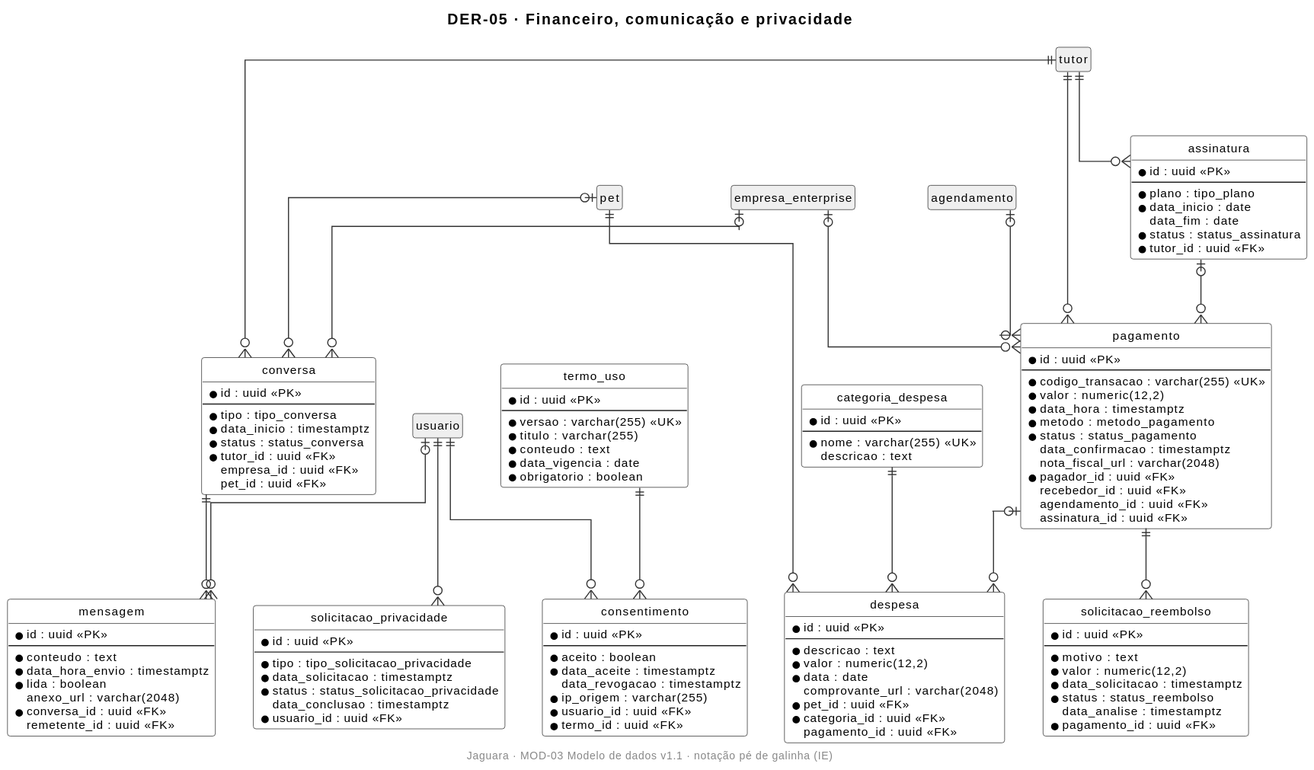
This is docs/04-modelagem/modelo-de-dados/img/DER-05-financeiro-comunicacao-privacidade.svg from JaguaraPet/Jaguara_doc, a PlantUML export, as it was before one commit. Source of this version:
```plantuml
@startuml
!include _estilo.iuml
title DER-05 · Financeiro, comunicação e privacidade

entity "usuario" as Usuario #EFEFEF
entity "tutor" as Tutor #EFEFEF
entity "pet" as Pet #EFEFEF
entity "empresa_enterprise" as EmpresaEnterprise #EFEFEF
entity "agendamento" as Agendamento #EFEFEF
entity "categoria_despesa" as CategoriaDespesa {
  * id : uuid <<PK>>
  --
  * nome : varchar(255) <<UK>>
    descricao : text
}
entity "despesa" as Despesa {
  * id : uuid <<PK>>
  --
  * descricao : text
  * valor : numeric(12,2)
  * data : date
    comprovante_url : varchar(2048)
  * pet_id : uuid <<FK>>
  * categoria_id : uuid <<FK>>
    pagamento_id : uuid <<FK>>
}
entity "pagamento" as Pagamento {
  * id : uuid <<PK>>
  --
  * codigo_transacao : varchar(255) <<UK>>
  * valor : numeric(12,2)
  * data_hora : timestamptz
  * metodo : metodo_pagamento
  * status : status_pagamento
    data_confirmacao : timestamptz
    nota_fiscal_url : varchar(2048)
  * pagador_id : uuid <<FK>>
    recebedor_id : uuid <<FK>>
    agendamento_id : uuid <<FK>>
    assinatura_id : uuid <<FK>>
}
entity "solicitacao_reembolso" as SolicitacaoReembolso {
  * id : uuid <<PK>>
  --
  * motivo : text
  * valor : numeric(12,2)
  * data_solicitacao : timestamptz
  * status : status_reembolso
    data_analise : timestamptz
  * pagamento_id : uuid <<FK>>
}
entity "assinatura" as Assinatura {
  * id : uuid <<PK>>
  --
  * plano : tipo_plano
  * data_inicio : date
    data_fim : date
  * status : status_assinatura
  * tutor_id : uuid <<FK>>
}
entity "conversa" as Conversa {
  * id : uuid <<PK>>
  --
  * tipo : tipo_conversa
  * data_inicio : timestamptz
  * status : status_conversa
  * tutor_id : uuid <<FK>>
    empresa_id : uuid <<FK>>
    pet_id : uuid <<FK>>
}
entity "mensagem" as Mensagem {
  * id : uuid <<PK>>
  --
  * conteudo : text
  * data_hora_envio : timestamptz
  * lida : boolean
    anexo_url : varchar(2048)
  * conversa_id : uuid <<FK>>
    remetente_id : uuid <<FK>>
}
entity "termo_uso" as TermoUso {
  * id : uuid <<PK>>
  --
  * versao : varchar(255) <<UK>>
  * titulo : varchar(255)
  * conteudo : text
  * data_vigencia : date
  * obrigatorio : boolean
}
entity "consentimento" as Consentimento {
  * id : uuid <<PK>>
  --
  * aceito : boolean
  * data_aceite : timestamptz
    data_revogacao : timestamptz
  * ip_origem : varchar(255)
  * usuario_id : uuid <<FK>>
  * termo_id : uuid <<FK>>
}
entity "solicitacao_privacidade" as SolicitacaoPrivacidade {
  * id : uuid <<PK>>
  --
  * tipo : tipo_solicitacao_privacidade
  * data_solicitacao : timestamptz
  * status : status_solicitacao_privacidade
    data_conclusao : timestamptz
  * usuario_id : uuid <<FK>>
}
Pet ||--o{ Despesa
CategoriaDespesa ||--o{ Despesa
Pagamento |o--o{ Despesa
Tutor ||--o{ Pagamento
EmpresaEnterprise |o--o{ Pagamento
Agendamento |o--o{ Pagamento
Assinatura |o--o{ Pagamento
Pagamento ||--o{ SolicitacaoReembolso
Tutor ||--o{ Assinatura
Tutor ||--o{ Conversa
EmpresaEnterprise |o--o{ Conversa
Pet |o--o{ Conversa
Conversa ||--o{ Mensagem
Usuario |o--o{ Mensagem
Usuario ||--o{ Consentimento
TermoUso ||--o{ Consentimento
Usuario ||--o{ SolicitacaoPrivacidade
@enduml
```
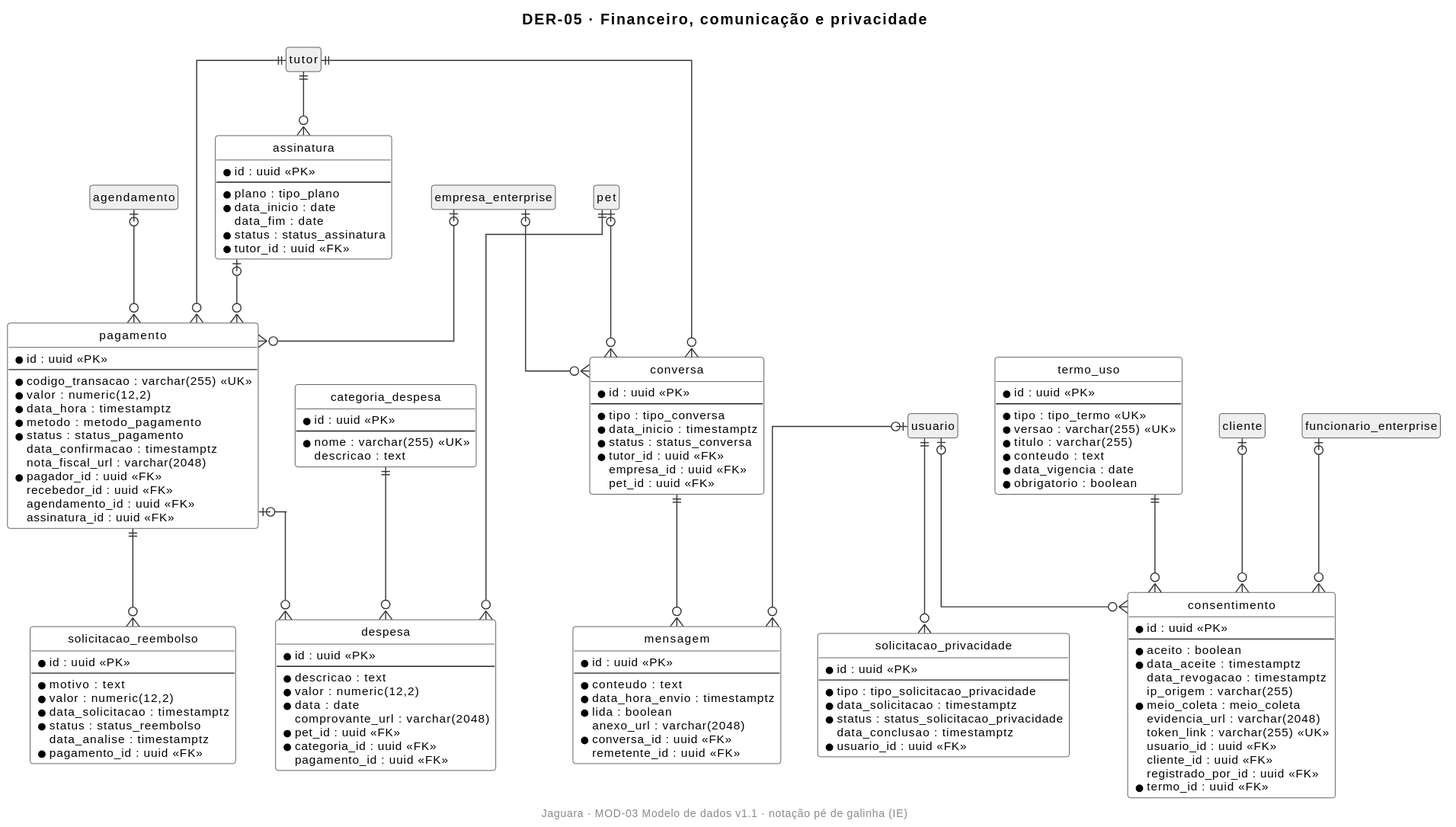
The same file after the commit.

The edit, as a diff of the source:
```diff
@@ -1,5 +1,18 @@
 @startuml
-!include _estilo.iuml
+skinparam defaultFontName Arial
+skinparam defaultFontSize 11
+skinparam shadowing false
+skinparam backgroundColor white
+skinparam linetype ortho
+skinparam class {
+  BackgroundColor white
+  BorderColor #222222
+  ArrowColor #333333
+}
+hide circle
+hide empty members
+footer Jaguara · MOD-03 Modelo de dados v1.1 · notação pé de galinha (IE)
+
 title DER-05 · Financeiro, comunicação e privacidade
 
 entity "usuario" as Usuario #EFEFEF
@@ -7,6 +20,8 @@
 entity "pet" as Pet #EFEFEF
 entity "empresa_enterprise" as EmpresaEnterprise #EFEFEF
 entity "agendamento" as Agendamento #EFEFEF
+entity "cliente" as Cliente #EFEFEF
+entity "funcionario_enterprise" as FuncionarioEnterprise #EFEFEF
 entity "categoria_despesa" as CategoriaDespesa {
   * id : uuid <<PK>>
   --
@@ -81,6 +96,7 @@
 entity "termo_uso" as TermoUso {
   * id : uuid <<PK>>
   --
+  * tipo : tipo_termo <<UK>>
   * versao : varchar(255) <<UK>>
   * titulo : varchar(255)
   * conteudo : text
@@ -93,8 +109,13 @@
   * aceito : boolean
   * data_aceite : timestamptz
     data_revogacao : timestamptz
-  * ip_origem : varchar(255)
-  * usuario_id : uuid <<FK>>
+    ip_origem : varchar(255)
+  * meio_coleta : meio_coleta
+    evidencia_url : varchar(2048)
+    token_link : varchar(255) <<UK>>
+    usuario_id : uuid <<FK>>
+    cliente_id : uuid <<FK>>
+    registrado_por_id : uuid <<FK>>
   * termo_id : uuid <<FK>>
 }
 entity "solicitacao_privacidade" as SolicitacaoPrivacidade {
@@ -120,7 +141,9 @@
 Pet |o--o{ Conversa
 Conversa ||--o{ Mensagem
 Usuario |o--o{ Mensagem
-Usuario ||--o{ Consentimento
+Usuario |o--o{ Consentimento
+Cliente |o--o{ Consentimento
+FuncionarioEnterprise |o--o{ Consentimento
 TermoUso ||--o{ Consentimento
 Usuario ||--o{ SolicitacaoPrivacidade
 @enduml
```
